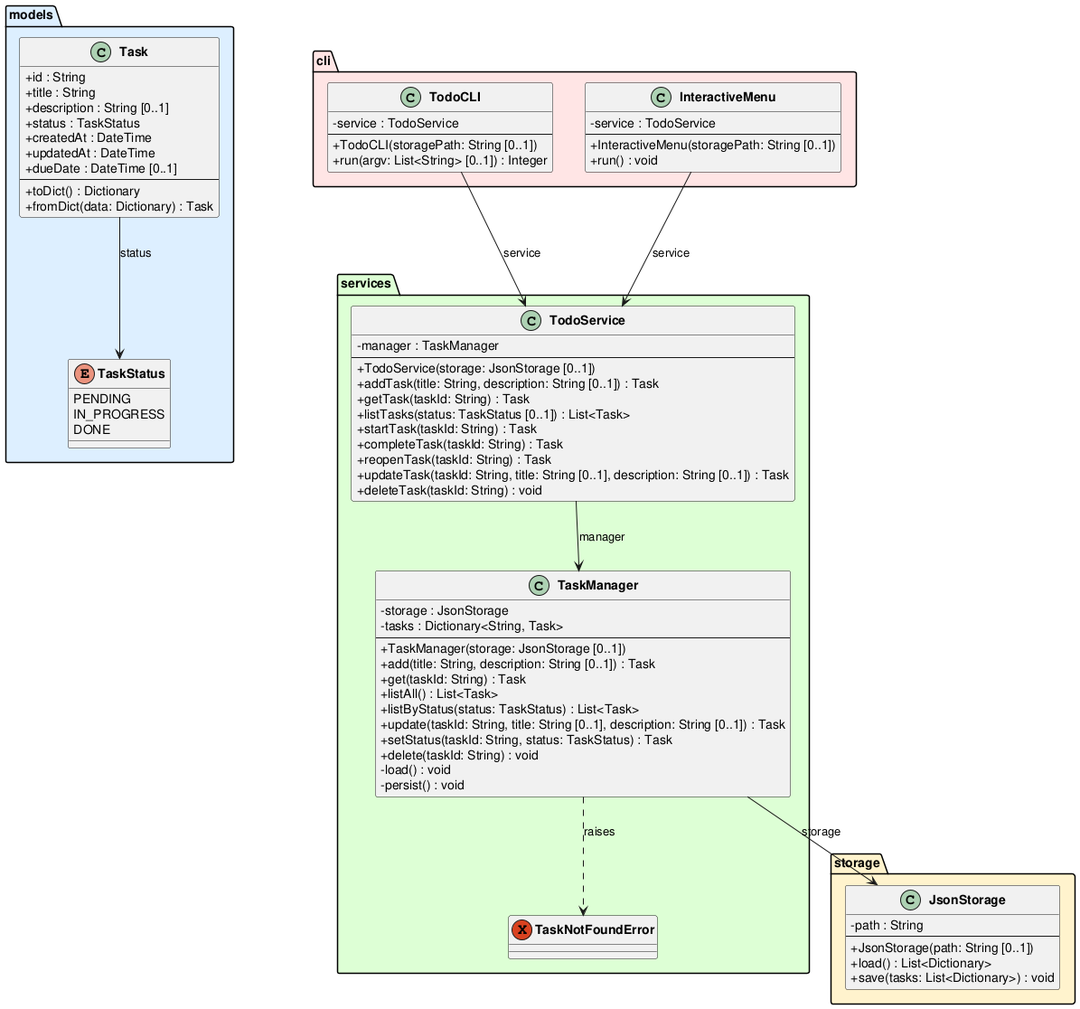
DanielRiha8906/Software_autoevolution_using_agents keeps this PlantUML diagram as experiments/supervisor_as_tools/test_driven/TODO/artifacts/class_diagram.png. Above is the earlier version.
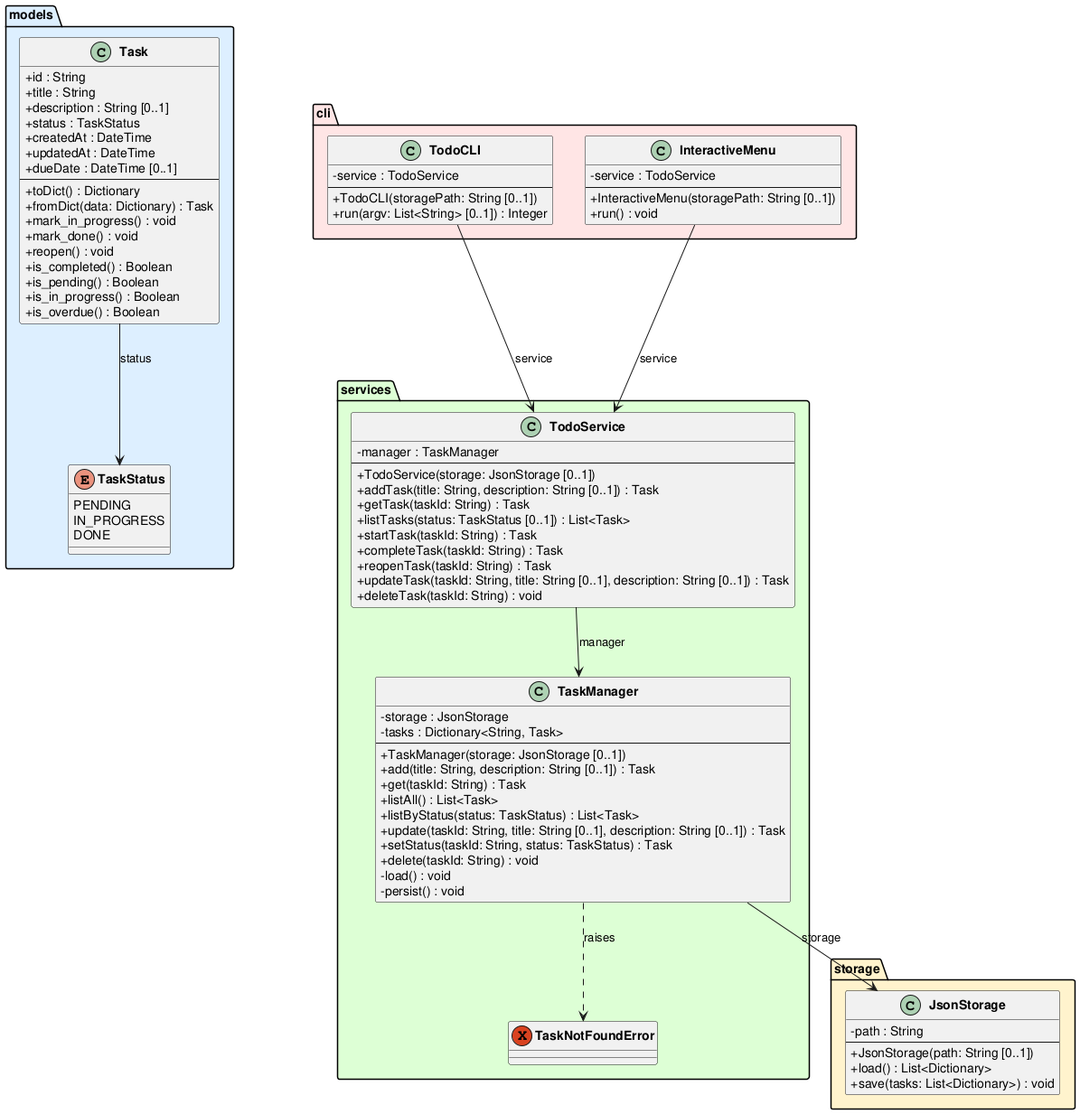
Later version of the same file.

What changed in the source:
```diff
@@ -21,6 +21,13 @@
         --
         +toDict() : Dictionary
         +fromDict(data: Dictionary) : Task
+        +mark_in_progress() : void
+        +mark_done() : void
+        +reopen() : void
+        +is_completed() : Boolean
+        +is_pending() : Boolean
+        +is_in_progress() : Boolean
+        +is_overdue() : Boolean
     }
 }
 
```
